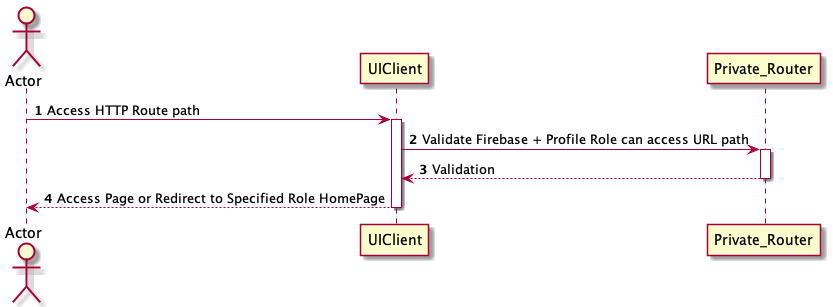
Earlier version of the PlantUML export sequence_diagram/private_route/private-route.png (SOEN-390/covid-19-tracker-app).
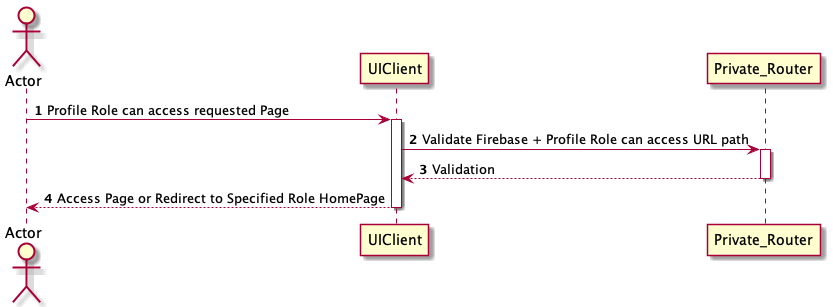
After the change.

Diff of the diagram source:
```diff
@@ -6,7 +6,7 @@
 participant UIClient
 participant Private_Router
 
-Actor -> UIClient ++: Access HTTP Route path
+Actor -> UIClient ++: Profile Role can access requested Page
 
 UIClient -> Private_Router ++: Validate Firebase + Profile Role can access URL path
 Private_Router --> UIClient --: Validation
```
